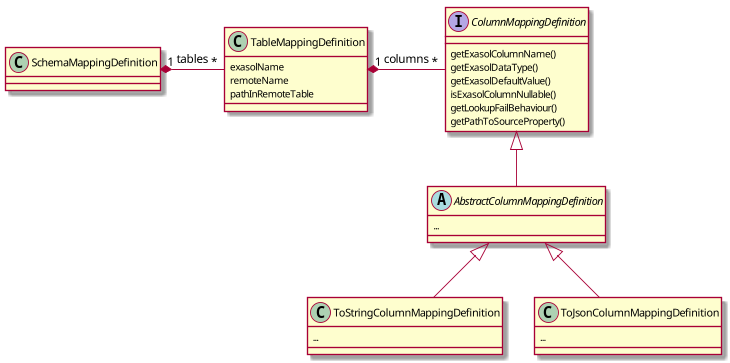
Before: doc/diagrams/mappingDefinition.png, a diagram exported from PlantUML (exasol/dynamodb-virtual-schema).
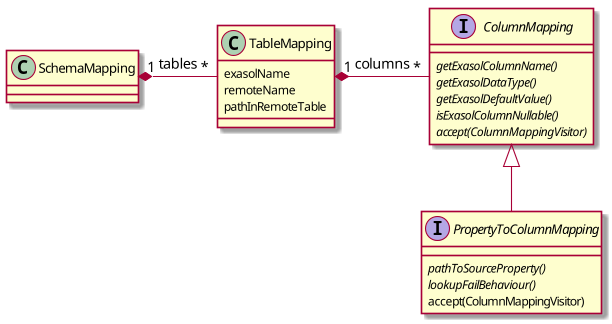
Later version of the same file.

The edit, as a diff of the source:
```diff
@@ -1,40 +1,34 @@
 @startuml
-class SchemaMappingDefinition{
+
+interface ColumnMapping{
+{abstract} getExasolColumnName()
+{abstract} getExasolDataType()
+{abstract} getExasolDefaultValue()
+{abstract} isExasolColumnNullable()
+{abstract} accept(ColumnMappingVisitor)
+}
+
+
+interface PropertyToColumnMapping{
+{abstract} pathToSourceProperty()
+{abstract} lookupFailBehaviour()
+accept(ColumnMappingVisitor)
+}
+
+ColumnMapping <|-- PropertyToColumnMapping
+
+class SchemaMapping{
 
 }
 
-class TableMappingDefinition {
+class TableMapping {
 exasolName
 remoteName
 pathInRemoteTable
 }
 
-interface ColumnMappingDefinition{
-getExasolColumnName()
-getExasolDataType()
-getExasolDefaultValue()
-isExasolColumnNullable()
-getLookupFailBehaviour()
-getPathToSourceProperty()
-}
 
+SchemaMapping "1" *- "*" TableMapping: tables
+TableMapping "1" *- "*" ColumnMapping: columns
 
-abstract class AbstractColumnMappingDefinition {
-...
-}
-
-class ToStringColumnMappingDefinition {
-...
-}
-
-class ToJsonColumnMappingDefinition {
-...
-}
-
-
-SchemaMappingDefinition "1" *- "*" TableMappingDefinition: tables
-TableMappingDefinition "1" *- "*" ColumnMappingDefinition: columns
-ColumnMappingDefinition <|-- AbstractColumnMappingDefinition
-AbstractColumnMappingDefinition <|-- ToStringColumnMappingDefinition
-AbstractColumnMappingDefinition <|-- ToJsonColumnMappingDefinition
 @enduml
```
